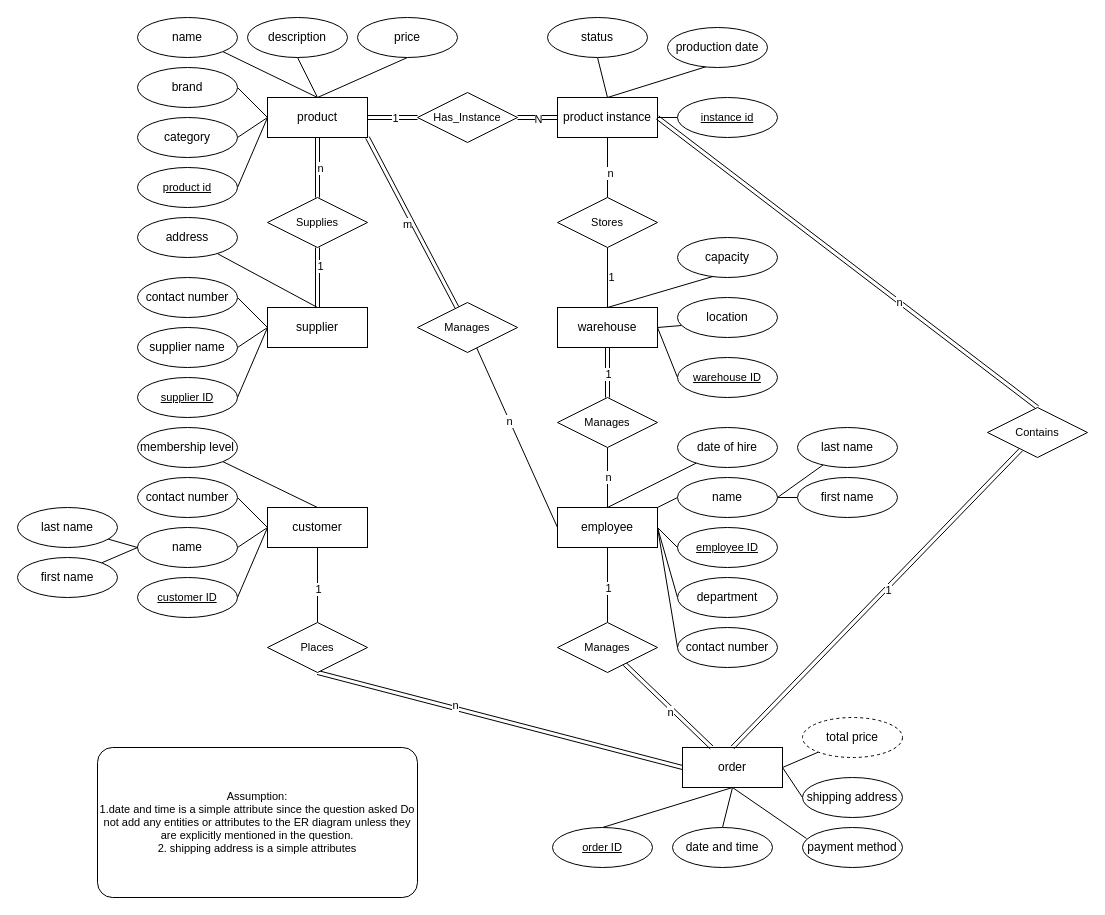
This is ERD/a1q1.drawio from Yixuan519Lu/COMP9311, a draw.io file, before an edit. Source tidied: cells renumbered, new cells numbered last; positions are measured from the earlier drawing's top-left corner, leaving out a move shared by most shapes. Both pictures are drawn from the tidied source at 100%, with x=0, y=0 at pixel (17, 17).
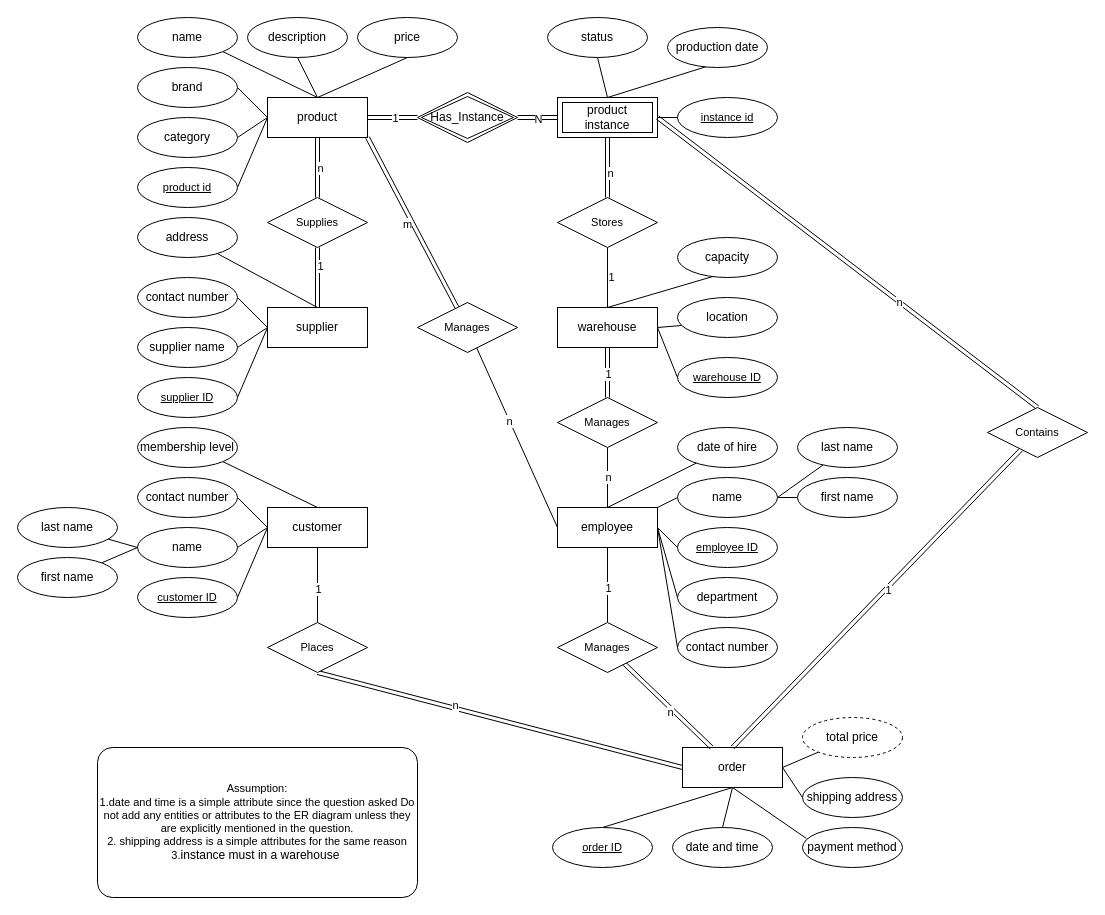
Above is the later version.

The change refers to these unchanged cells:
```xml
<mxCell id="105" value="Stores" style="shape=rhombus;perimeter=rhombusPerimeter;whiteSpace=wrap;html=1;align=center;fontFamily=Helvetica;fontSize=11;fontColor=default;labelBackgroundColor=default;" parent="1" vertex="1">
  <mxGeometry x="540" y="180" width="100" height="50" as="geometry" />
</mxCell>
```

The edit, as a diff of the source:
```diff
@@
-    <mxCell id="15" value="product instance" style="whiteSpace=wrap;html=1;align=center;" parent="1" vertex="1">
+    <mxCell id="15" value="product instance" style="shape=ext;margin=3;double=1;whiteSpace=wrap;html=1;align=center;" parent="1" vertex="1">
       <mxGeometry x="540" y="80" width="100" height="40" as="geometry" />
     </mxCell>
@@
-    <mxCell id="80" value="Has_Instance" style="shape=rhombus;perimeter=rhombusPerimeter;whiteSpace=wrap;html=1;align=center;fontFamily=Helvetica;fontSize=11;fontColor=default;labelBackgroundColor=default;" parent="1" vertex="1">
+    <mxCell id="80" value="Has_Instance" style="shape=rhombus;double=1;perimeter=rhombusPerimeter;whiteSpace=wrap;html=1;align=center;" parent="1" vertex="1">
       <mxGeometry x="400" y="75" width="100" height="50" as="geometry" />
     </mxCell>
@@
-    <mxCell id="101" style="edgeStyle=none;rounded=0;jumpStyle=none;jettySize=auto;html=1;entryX=0.5;entryY=1;entryDx=0;entryDy=0;strokeColor=default;align=center;verticalAlign=middle;fontFamily=Helvetica;fontSize=11;fontColor=default;labelBackgroundColor=default;endArrow=none;endFill=0;" parent="1" edge="1" source="105" target="15">
+    <mxCell id="101" style="edgeStyle=none;rounded=0;jumpStyle=none;jettySize=auto;html=1;entryX=0.5;entryY=1;entryDx=0;entryDy=0;strokeColor=default;align=center;verticalAlign=middle;fontFamily=Helvetica;fontSize=11;fontColor=default;labelBackgroundColor=default;endArrow=none;endFill=0;shape=link;" parent="1" edge="1" source="105" target="15">
       <mxGeometry relative="1" as="geometry" />
     </mxCell>
@@
-    <mxCell id="117" value="Assumption: &lt;br&gt;1.date and time is a simple attribute since the question asked&amp;nbsp;Do not add any entities or attributes to the ER diagram unless they are explicitly mentioned in the question.&lt;br&gt;2. shipping address is a simple attributes" style="rounded=1;arcSize=10;whiteSpace=wrap;html=1;align=center;fontFamily=Helvetica;fontSize=11;fontColor=default;labelBackgroundColor=default;" parent="1" vertex="1">
+    <mxCell id="117" value="Assumption: &lt;br&gt;1.date and time is a simple attribute since the question asked&amp;nbsp;Do not add any entities or attributes to the ER diagram unless they are explicitly mentioned in the question.&lt;br&gt;2. shipping address is a simple attributes for the same reason&lt;div&gt;3.&lt;span style=&quot;background-color: rgb(251, 251, 251); font-size: 12px;&quot;&gt;instance must in a warehouse&amp;nbsp;&lt;/span&gt;&lt;/div&gt;" style="rounded=1;arcSize=10;whiteSpace=wrap;html=1;align=center;fontFamily=Helvetica;fontSize=11;fontColor=default;labelBackgroundColor=default;" parent="1" vertex="1">
       <mxGeometry x="80" y="730" width="320" height="150" as="geometry" />
     </mxCell>
```
